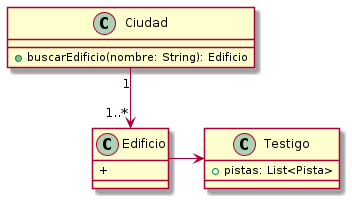
The PlantUML diagram diagrams/classes/clase_ciudad.png in MegaRedHand/algo-thief, before a commit.
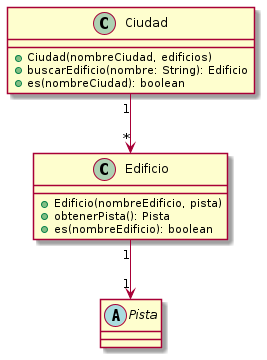
Above is the later version.

What changed in the source:
```diff
@@ -1,19 +1,20 @@
 @startuml
 
 class Ciudad {
+    + Ciudad(nombreCiudad, edificios)
     + buscarEdificio(nombre: String): Edificio
-}
-
-class Testigo {
-    + pistas: List<Pista>
+    + es(nombreCiudad): boolean
 }
 
 class Edificio {
-    +
+    + Edificio(nombreEdificio, pista)
+    + obtenerPista(): Pista
+    + es(nombreEdificio): boolean
 }
 
+abstract class Pista
 
-Ciudad "1" --> "1..*" Edificio
-Edificio -> Testigo
+Ciudad "1" --> "*" Edificio
+Edificio "1" --> "1" Pista
 
 @enduml
```
